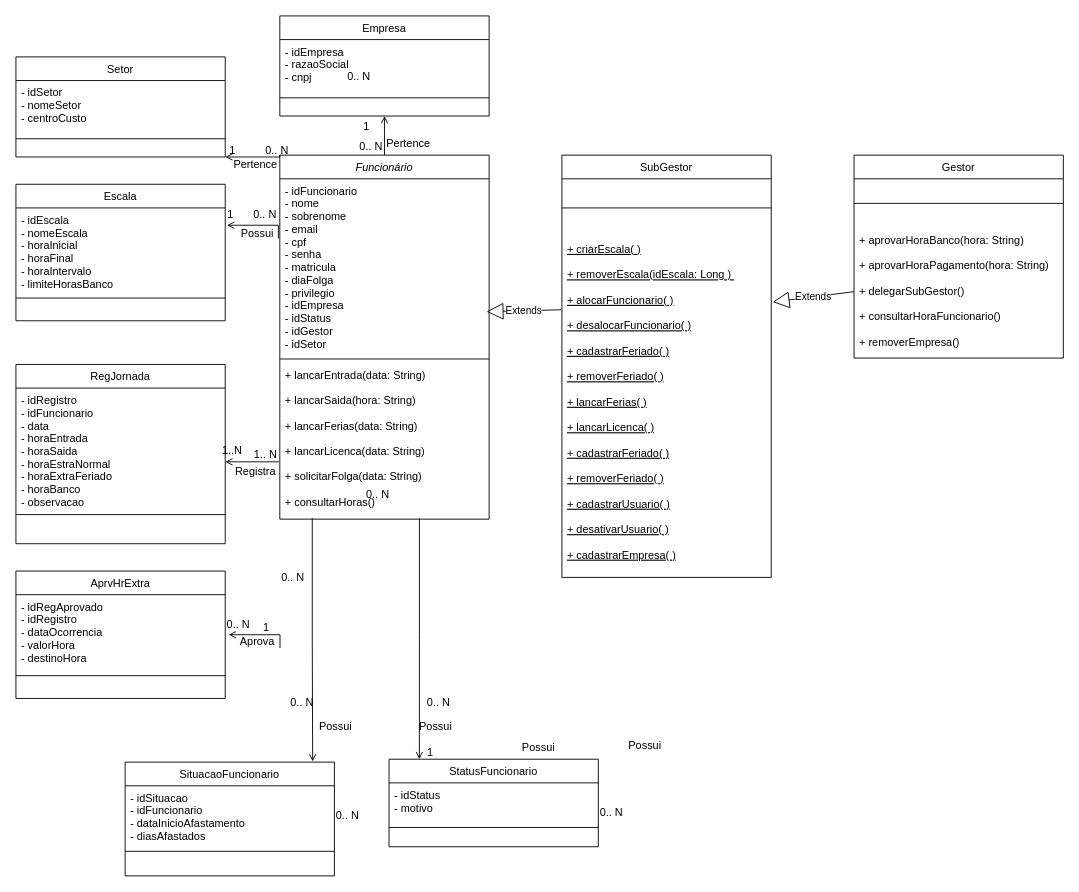
This is 02-Draw.IO/diagrama-de-classes.drawio from samirnagib/ibmr-sgep-doc, a draw.io file, before an edit. Source tidied: cells renumbered, new cells numbered last; positions are measured from the earlier drawing's top-left corner, leaving out a move shared by most shapes. Both pictures are drawn from the tidied source at 91%, with x=0, y=0 at pixel (15, 15).
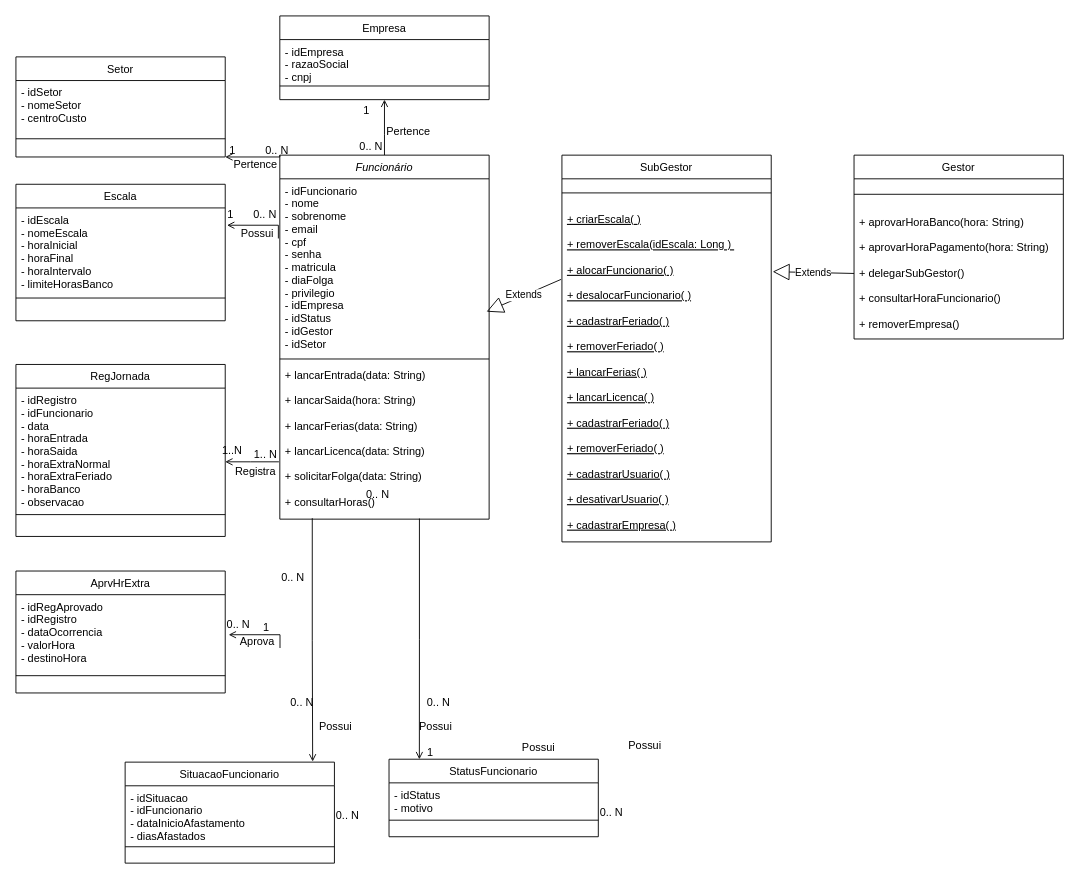
The same page after the edit.

Commit message:
Correções diagrama-de-classes

Unchanged cells that the change refers to:
```xml
<mxCell id="6" value="Funcionário" style="swimlane;fontStyle=2;align=center;verticalAlign=top;horizontal=1;startSize=26;rounded=0;shadow=0;strokeWidth=1;" parent="1" vertex="1">
  <mxGeometry x="290" y="153" width="230" height="400" as="geometry" />
</mxCell>
```

Change to the diagram source:
```diff
@@
-    <mxCell id="7" value="0.. N" style="align=left;verticalAlign=bottom;labelBackgroundColor=none;fontSize=12;rotation=0;" parent="6" vertex="1">
-      <mxGeometry y="26" width="230" as="geometry">
-        <mxPoint x="72.5" y="-103.6" as="offset" />
-      </mxGeometry>
-    </mxCell>
@@
     <mxCell id="13" value="Empresa" style="swimlane;fontStyle=0;align=center;verticalAlign=top;horizontal=1;startSize=26;rounded=0;shadow=0;strokeWidth=1;" parent="1" vertex="1">
-      <mxGeometry x="290" width="230" height="110" as="geometry" />
+      <mxGeometry x="290" width="230" height="92" as="geometry" />
     </mxCell>
     <mxCell id="14" value="- idEmpresa&#10;- razaoSocial&#10;- cnpj" style="text;align=left;verticalAlign=top;spacingLeft=4;spacingRight=4;overflow=hidden;" parent="13" vertex="1">
-      <mxGeometry y="26" width="230" height="54" as="geometry" />
+      <mxGeometry y="26" width="230" height="46" as="geometry" />
     </mxCell>
     <mxCell id="15" style="line;html=1;strokeWidth=1;align=left;verticalAlign=middle;spacingTop=-1;spacingLeft=3;spacingRight=3;labelPosition=right;" parent="13" vertex="1">
-      <mxGeometry y="80" width="230" height="20" as="geometry" />
+      <mxGeometry y="72" width="230" height="10" as="geometry" />
     </mxCell>
@@
     <mxCell id="30" value="Gestor&#10;" style="swimlane;fontStyle=0;align=center;verticalAlign=top;horizontal=1;startSize=26;rounded=0;shadow=0;strokeWidth=1;" parent="1" vertex="1">
-      <mxGeometry x="921" y="153" width="230" height="223" as="geometry" />
+      <mxGeometry x="921" y="153" width="230" height="202" as="geometry" />
     </mxCell>
     <mxCell id="31" style="line;html=1;strokeWidth=1;align=left;verticalAlign=middle;spacingTop=-1;spacingLeft=3;spacingRight=3;labelPosition=right;" parent="30" vertex="1">
-      <mxGeometry y="26" width="230" height="54" as="geometry" />
+      <mxGeometry y="26" width="230" height="34" as="geometry" />
     </mxCell>
     <mxCell id="32" value="+ aprovarHoraBanco(hora: String)&#10;&#10;+ aprovarHoraPagamento(hora: String)&#10;&#10;+ delegarSubGestor()&#10;&#10;+ consultarHoraFuncionario()&#10;&#10;+ removerEmpresa()&#10;" style="text;align=left;verticalAlign=top;spacingLeft=4;spacingRight=4;overflow=hidden;points=[[0,0.5],[1,0.5]];portConstraint=eastwest;fontStyle=0;" parent="30" vertex="1">
-      <mxGeometry y="80" width="230" height="140" as="geometry" />
+      <mxGeometry y="60" width="230" height="140" as="geometry" />
     </mxCell>
     <mxCell id="33" value="SubGestor" style="swimlane;fontStyle=0;align=center;verticalAlign=top;horizontal=1;startSize=26;rounded=0;shadow=0;strokeWidth=1;" parent="1" vertex="1">
-      <mxGeometry x="600" y="153" width="230" height="464" as="geometry" />
+      <mxGeometry x="600" y="153" width="230" height="425" as="geometry" />
     </mxCell>
     <mxCell id="34" style="line;html=1;strokeWidth=1;align=left;verticalAlign=middle;spacingTop=-1;spacingLeft=3;spacingRight=3;labelPosition=right;" parent="33" vertex="1">
-      <mxGeometry y="26" width="230" height="64" as="geometry" />
+      <mxGeometry y="26" width="230" height="31" as="geometry" />
     </mxCell>
     <mxCell id="35" value="+ criarEscala( )&#10;&#10;+ removerEscala(idEscala: Long ) &#10;&#10;+ alocarFuncionario( )&#10;&#10;+ desalocarFuncionario( )&#10;&#10;+ cadastrarFeriado( )&#10;&#10;+ removerFeriado( )&#10;&#10;+ lancarFerias( )&#10;&#10;+ lancarLicenca( )&#10;&#10;+ cadastrarFeriado( )&#10;&#10;+ removerFeriado( )&#10;&#10;+ cadastrarUsuario( )&#10;&#10;+ desativarUsuario( )&#10;&#10;+ cadastrarEmpresa( )&#10;&#10;" style="text;align=left;verticalAlign=top;spacingLeft=4;spacingRight=4;overflow=hidden;points=[[0,0.5],[1,0.5]];portConstraint=eastwest;fontStyle=4;" parent="33" vertex="1">
-      <mxGeometry y="90" width="230" height="370" as="geometry" />
+      <mxGeometry y="57" width="230" height="368" as="geometry" />
     </mxCell>
     <mxCell id="36" value="RegJornada" style="swimlane;fontStyle=0;align=center;verticalAlign=top;horizontal=1;startSize=26;rounded=0;shadow=0;strokeWidth=1;" parent="1" vertex="1">
-      <mxGeometry y="383" width="230" height="197" as="geometry" />
+      <mxGeometry y="383" width="230" height="189" as="geometry" />
     </mxCell>
-    <mxCell id="37" value="- idRegistro&#10;- idFuncionario&#10;- data&#10;- horaEntrada&#10;- horaSaida&#10;- horaEstraNormal&#10;- horaExtraFeriado&#10;- horaBanco&#10;- observacao" style="text;align=left;verticalAlign=top;spacingLeft=4;spacingRight=4;overflow=hidden;" parent="36" vertex="1">
+    <mxCell id="37" value="- idRegistro&#10;- idFuncionario&#10;- data&#10;- horaEntrada&#10;- horaSaida&#10;- horaExtraNormal&#10;- horaExtraFeriado&#10;- horaBanco&#10;- observacao" style="text;align=left;verticalAlign=top;spacingLeft=4;spacingRight=4;overflow=hidden;" parent="36" vertex="1">
       <mxGeometry y="26" width="230" height="134" as="geometry" />
     </mxCell>
@@
     <mxCell id="43" value="AprvHrExtra" style="swimlane;fontStyle=0;align=center;verticalAlign=top;horizontal=1;startSize=26;rounded=0;shadow=0;strokeWidth=1;" parent="1" vertex="1">
-      <mxGeometry y="610" width="230" height="140" as="geometry" />
+      <mxGeometry y="610" width="230" height="134" as="geometry" />
     </mxCell>
@@
     <mxCell id="52" value="SituacaoFuncionario" style="swimlane;fontStyle=0;align=center;verticalAlign=top;horizontal=1;startSize=26;rounded=0;shadow=0;strokeWidth=1;" parent="1" vertex="1">
-      <mxGeometry x="120" y="820" width="230" height="125" as="geometry" />
+      <mxGeometry x="120" y="820" width="230" height="111" as="geometry" />
     </mxCell>
     <mxCell id="53" value="- idSituacao&#10;- idFuncionario&#10;- dataInicioAfastamento&#10;- diasAfastados" style="text;align=left;verticalAlign=top;spacingLeft=4;spacingRight=4;overflow=hidden;" parent="52" vertex="1">
-      <mxGeometry y="26" width="230" height="67" as="geometry" />
+      <mxGeometry y="26" width="230" height="62" as="geometry" />
     </mxCell>
     <mxCell id="54" style="line;html=1;strokeWidth=1;align=left;verticalAlign=middle;spacingTop=-1;spacingLeft=3;spacingRight=3;labelPosition=right;" parent="52" vertex="1">
-      <mxGeometry y="93" width="230" height="10" as="geometry" />
+      <mxGeometry y="88" width="230" height="10" as="geometry" />
     </mxCell>
@@
     <mxCell id="56" value="StatusFuncionario&#10;" style="swimlane;fontStyle=0;align=center;verticalAlign=top;horizontal=1;startSize=26;rounded=0;shadow=0;strokeWidth=1;" parent="1" vertex="1">
-      <mxGeometry x="410" y="816.8" width="230" height="96.2" as="geometry" />
+      <mxGeometry x="410" y="816.8" width="230" height="85.2" as="geometry" />
     </mxCell>
     <mxCell id="57" value="- idStatus&#10;- motivo" style="text;align=left;verticalAlign=top;spacingLeft=4;spacingRight=4;overflow=hidden;" parent="56" vertex="1">
-      <mxGeometry y="26" width="230" height="44" as="geometry" />
+      <mxGeometry y="26" width="230" height="36" as="geometry" />
     </mxCell>
     <mxCell id="58" style="line;html=1;strokeWidth=1;align=left;verticalAlign=middle;spacingTop=-1;spacingLeft=3;spacingRight=3;labelPosition=right;" parent="56" vertex="1">
-      <mxGeometry y="70" width="230" height="10" as="geometry" />
+      <mxGeometry y="62" width="230" height="10" as="geometry" />
     </mxCell>
```
